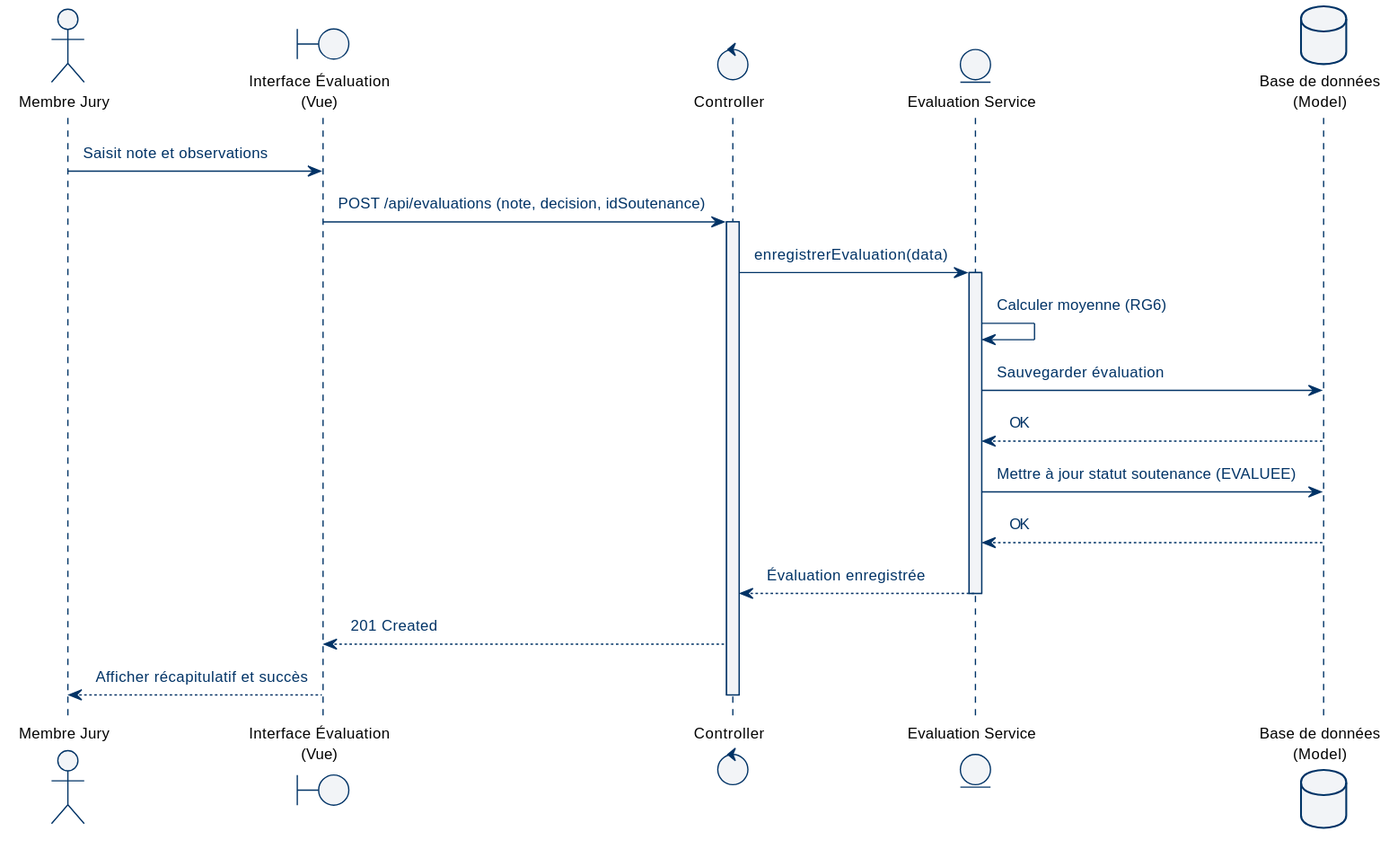
This is docs/diagrams/svg/seq_evaluation.svg from abdelaziz-ebourki/system-gestion-soutenance, a PlantUML export, as it was before one commit. The source it was exported from:
```plantuml
@startuml
!theme pfe from .

actor "Membre Jury" as Jury
boundary "Interface Évaluation\n(Vue)" as Front
control "Controller" as Controller
entity "Evaluation Service" as Service
database "Base de données\n(Model)" as DB

Jury -> Front : Saisit note et observations
Front -> Controller : POST /api/evaluations (note, decision, idSoutenance)
activate Controller

Controller -> Service : enregistrerEvaluation(data)
activate Service

Service -> Service : Calculer moyenne (RG6)
Service -> DB : Sauvegarder évaluation
DB --> Service : OK

Service -> DB : Mettre à jour statut soutenance (EVALUEE)
DB --> Service : OK

Service --> Controller : Évaluation enregistrée
deactivate Service

Controller --> Front : 201 Created
Front --> Jury : Afficher récapitulatif et succès
deactivate Controller
@enduml
```
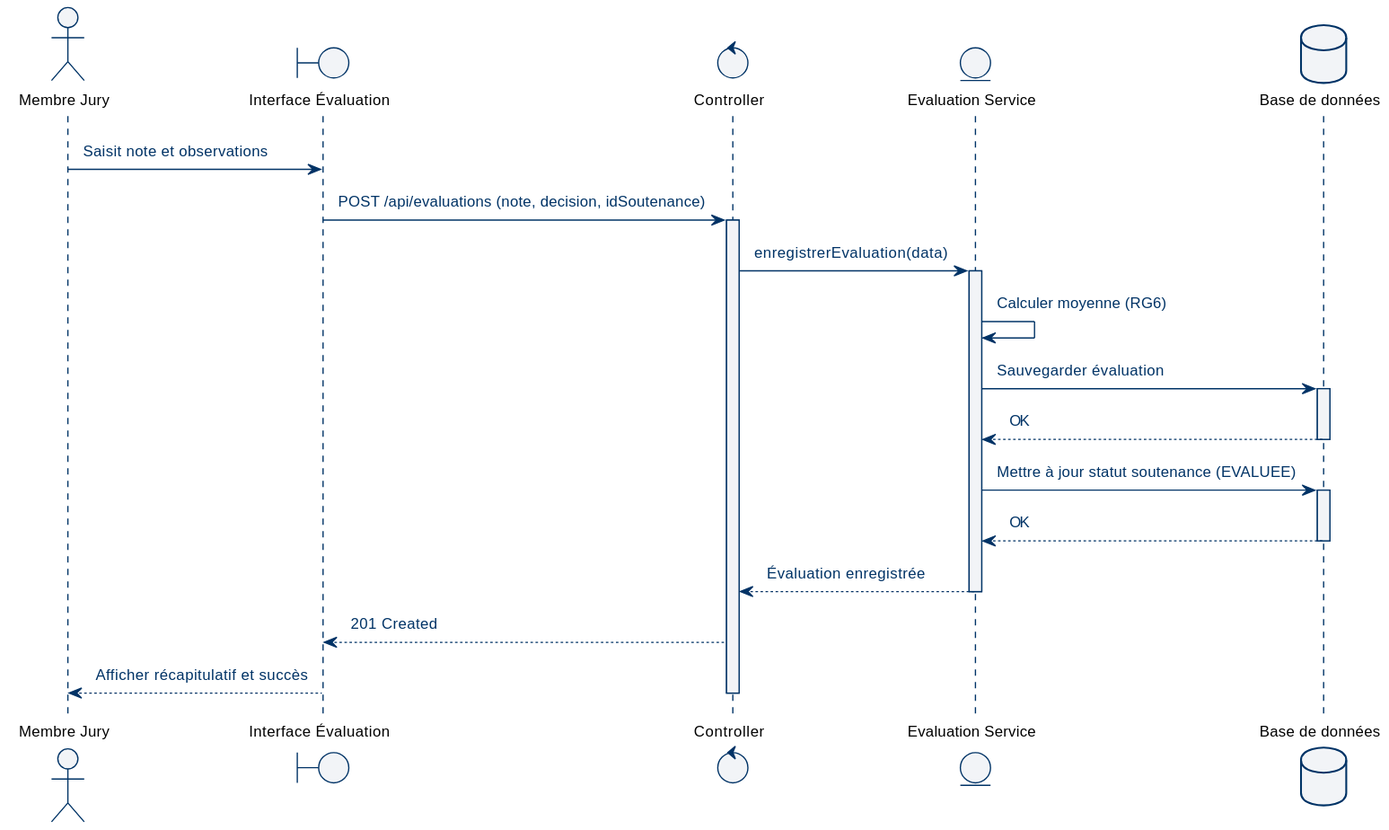
The same file after the commit.

Diff of the diagram source:
```diff
@@ -2,10 +2,10 @@
 !theme pfe from .
 
 actor "Membre Jury" as Jury
-boundary "Interface Évaluation\n(Vue)" as Front
+boundary "Interface Évaluation" as Front
 control "Controller" as Controller
 entity "Evaluation Service" as Service
-database "Base de données\n(Model)" as DB
+database "Base de données" as DB
 
 Jury -> Front : Saisit note et observations
 Front -> Controller : POST /api/evaluations (note, decision, idSoutenance)
@@ -16,10 +16,14 @@
 
 Service -> Service : Calculer moyenne (RG6)
 Service -> DB : Sauvegarder évaluation
+activate DB
 DB --> Service : OK
+deactivate DB
 
 Service -> DB : Mettre à jour statut soutenance (EVALUEE)
+activate DB
 DB --> Service : OK
+deactivate DB
 
 Service --> Controller : Évaluation enregistrée
 deactivate Service
```
